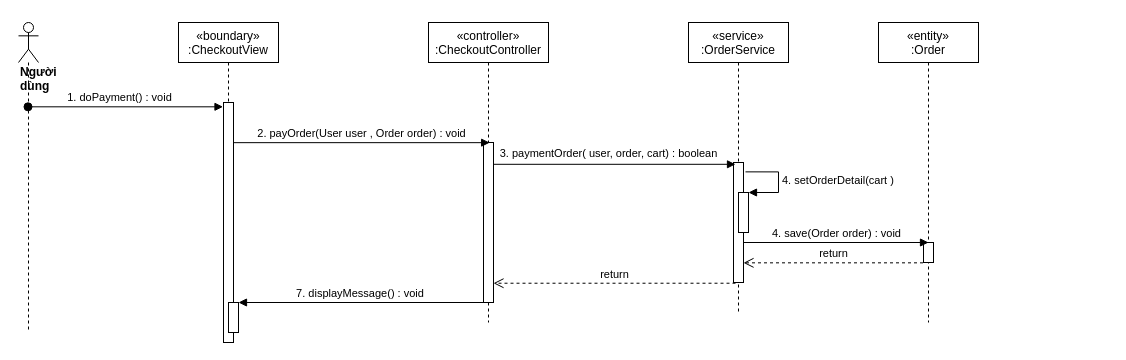
Above: sequence diagram/checkout-sequence (1).drawio in nguyenphamvan/datn_20202 (draw.io), before the change. Source tidied: cells renumbered, new cells numbered last; positions are measured from the earlier drawing's top-left corner, leaving out a move shared by most shapes. Both pictures are drawn from the tidied source at 100%, with x=0, y=0 at pixel (18, 22).
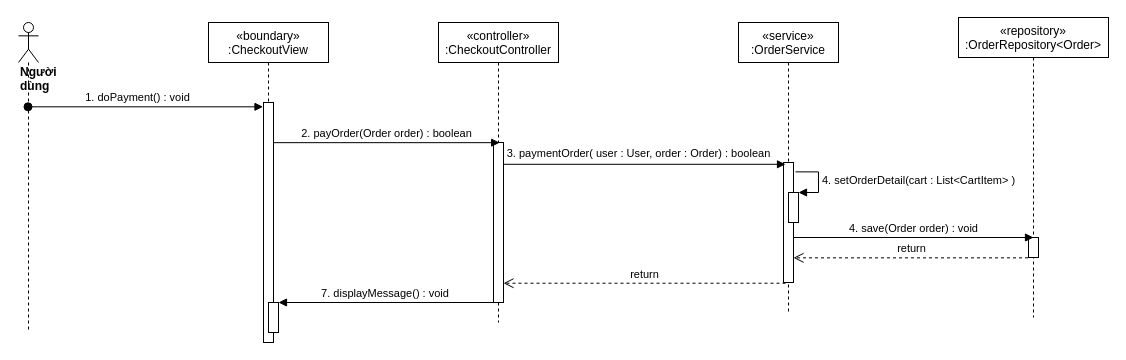
The same page after the edit.

Unchanged cells that the change refers to:
```xml
<mxCell id="6" style="points=[];perimeter=orthogonalPerimeter;rounded=0;shadow=0;strokeWidth=1;" parent="5" vertex="1">
  <mxGeometry x="55" y="120" width="10" height="160" as="geometry" />
</mxCell>
<mxCell id="10" style="points=[];perimeter=orthogonalPerimeter;rounded=0;shadow=0;strokeWidth=1;" parent="9" vertex="1">
  <mxGeometry x="45" y="140" width="10" height="120" as="geometry" />
</mxCell>
<mxCell id="12" style="html=1;verticalAlign=bottom;endArrow=block;entryX=0.2;entryY=0.015;entryDx=0;entryDy=0;entryPerimeter=0;" parent="1" edge="1" source="6" target="10">
  <mxGeometry relative="1" as="geometry" />
</mxCell>
```

What changed in the source:
```diff
@@
     <mxCell id="2" value="«boundary»&#10;:CheckoutView" style="shape=umlLifeline;perimeter=lifelinePerimeter;rounded=0;shadow=0;strokeWidth=1;" parent="1" vertex="1">
-      <mxGeometry x="160" width="100" height="320" as="geometry" />
+      <mxGeometry x="190" width="120" height="320" as="geometry" />
     </mxCell>
     <mxCell id="3" style="points=[];perimeter=orthogonalPerimeter;rounded=0;shadow=0;strokeWidth=1;" parent="2" vertex="1">
-      <mxGeometry x="45" y="80" width="10" height="240" as="geometry" />
+      <mxGeometry x="55" y="80" width="10" height="240" as="geometry" />
     </mxCell>
     <mxCell id="4" style="html=1;points=[];perimeter=orthogonalPerimeter;" parent="2" vertex="1">
-      <mxGeometry x="50" y="280" width="10" height="30" as="geometry" />
+      <mxGeometry x="60" y="280" width="10" height="30" as="geometry" />
     </mxCell>
     <mxCell id="5" value="«controller»&#10;:CheckoutController" style="shape=umlLifeline;perimeter=lifelinePerimeter;rounded=0;shadow=0;strokeWidth=1;" parent="1" vertex="1">
-      <mxGeometry x="410" width="120" height="300" as="geometry" />
+      <mxGeometry x="420" width="120" height="300" as="geometry" />
     </mxCell>
@@
     <mxCell id="9" value="«service»&#10;:OrderService" style="shape=umlLifeline;perimeter=lifelinePerimeter;rounded=0;shadow=0;strokeWidth=1;" parent="1" vertex="1">
-      <mxGeometry x="670" width="100" height="290" as="geometry" />
+      <mxGeometry x="720" width="100" height="290" as="geometry" />
     </mxCell>
@@
-    <mxCell id="11" value="2. payOrder(User user , Order order) : void" style="html=1;verticalAlign=bottom;endArrow=block;entryX=0.617;entryY=0.001;entryDx=0;entryDy=0;entryPerimeter=0;" parent="1" edge="1" source="3" target="6">
+    <mxCell id="11" value="2. payOrder(Order order) : boolean" style="html=1;verticalAlign=bottom;endArrow=block;entryX=0.617;entryY=0.001;entryDx=0;entryDy=0;entryPerimeter=0;" parent="1" edge="1" source="3" target="6">
       <mxGeometry relative="1" as="geometry" />
     </mxCell>
@@
-    <mxCell id="13" value="3. paymentOrder( user, order, cart) : boolean" style="edgeLabel;html=1;align=center;verticalAlign=middle;" parent="12" vertex="1">
+    <mxCell id="13" value="3. paymentOrder( user : User, order : Order) : boolean" style="edgeLabel;html=1;align=center;verticalAlign=middle;" parent="12" vertex="1">
       <mxGeometry x="-0.08" y="4" relative="1" as="geometry">
-        <mxPoint x="3" y="-7" as="offset" />
+        <mxPoint x="4" y="-7" as="offset" />
       </mxGeometry>
     </mxCell>
-    <mxCell id="14" value="«entity»&#10;:Order" style="shape=umlLifeline;perimeter=lifelinePerimeter;rounded=0;shadow=0;strokeWidth=1;" parent="1" vertex="1">
-      <mxGeometry x="860" width="100" height="300" as="geometry" />
+    <mxCell id="14" value="«repository»&#10;:OrderRepository&lt;Order&gt;" style="shape=umlLifeline;perimeter=lifelinePerimeter;rounded=0;shadow=0;strokeWidth=1;" parent="1" vertex="1">
+      <mxGeometry x="940" y="-5" width="150" height="300" as="geometry" />
     </mxCell>
     <mxCell id="15" style="points=[];perimeter=orthogonalPerimeter;rounded=0;shadow=0;strokeWidth=1;" parent="14" vertex="1">
-      <mxGeometry x="45" y="220" width="10" height="20" as="geometry" />
+      <mxGeometry x="70" y="220" width="10" height="20" as="geometry" />
     </mxCell>
@@
     <mxCell id="20" style="html=1;points=[];perimeter=orthogonalPerimeter;" parent="1" vertex="1">
-      <mxGeometry x="720" y="170" width="10" height="40" as="geometry" />
+      <mxGeometry x="770" y="170" width="10" height="30" as="geometry" />
     </mxCell>
-    <mxCell id="21" value="4. setOrderDetail(cart )" style="edgeStyle=orthogonalEdgeStyle;html=1;align=left;spacingLeft=2;endArrow=block;rounded=0;entryX=1;entryY=0;exitX=1.2;exitY=0.078;exitDx=0;exitDy=0;exitPerimeter=0;" parent="1" edge="1" source="10" target="20">
+    <mxCell id="21" value="4. setOrderDetail(cart : List&amp;lt;CartItem&amp;gt; )" style="edgeStyle=orthogonalEdgeStyle;html=1;align=left;spacingLeft=2;endArrow=block;rounded=0;entryX=1;entryY=0;exitX=1.2;exitY=0.078;exitDx=0;exitDy=0;exitPerimeter=0;" parent="1" edge="1" source="10" target="20">
       <mxGeometry relative="1" as="geometry">
         <Array as="points">
-          <mxPoint x="760" y="149" />
-          <mxPoint x="760" y="170" />
+          <mxPoint x="800" y="149" />
+          <mxPoint x="800" y="170" />
         </Array>
       </mxGeometry>
     </mxCell>
```
